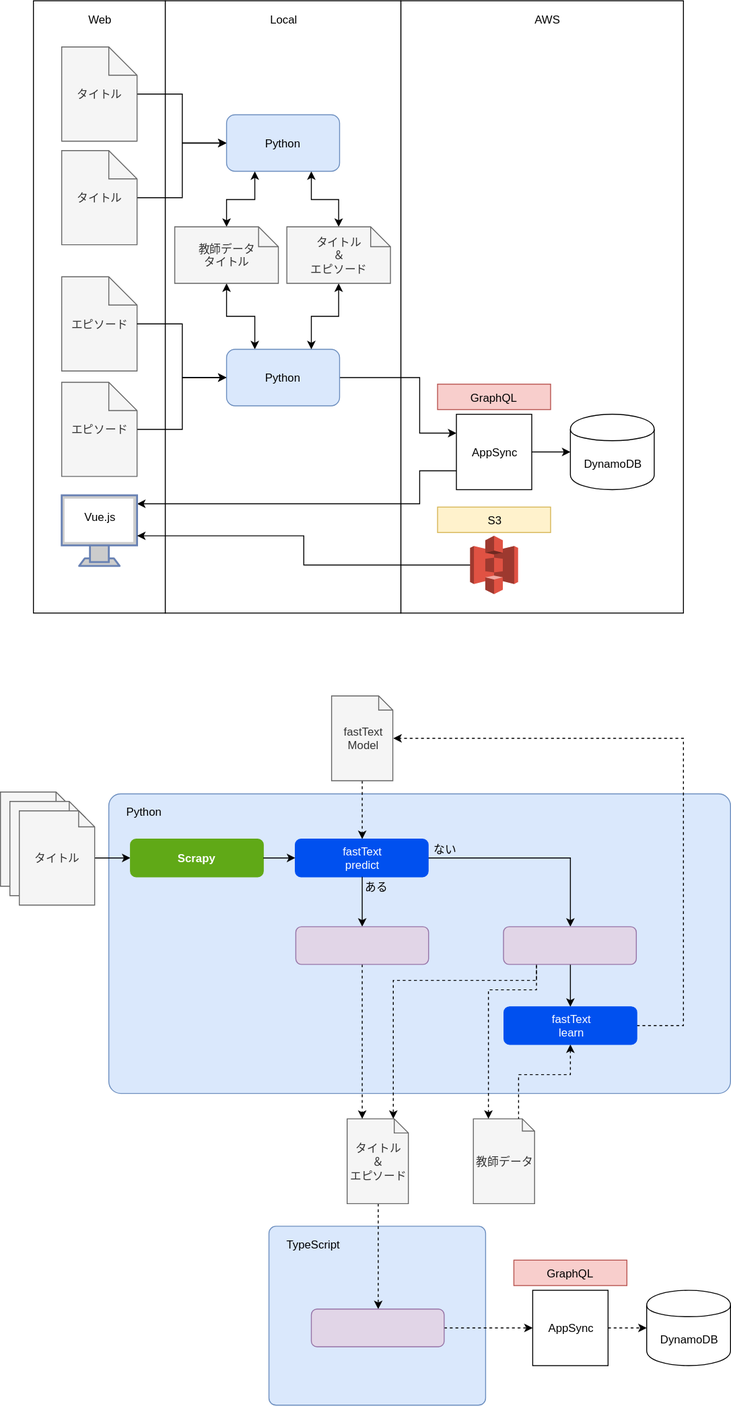
Before: Booklyn.svg, a diagram exported from draw.io (shakamo/booklyn2). Source tidied: cells renumbered, new cells last; positions are measured from the earlier drawing's top-left corner, leaving out a move shared by most shapes.
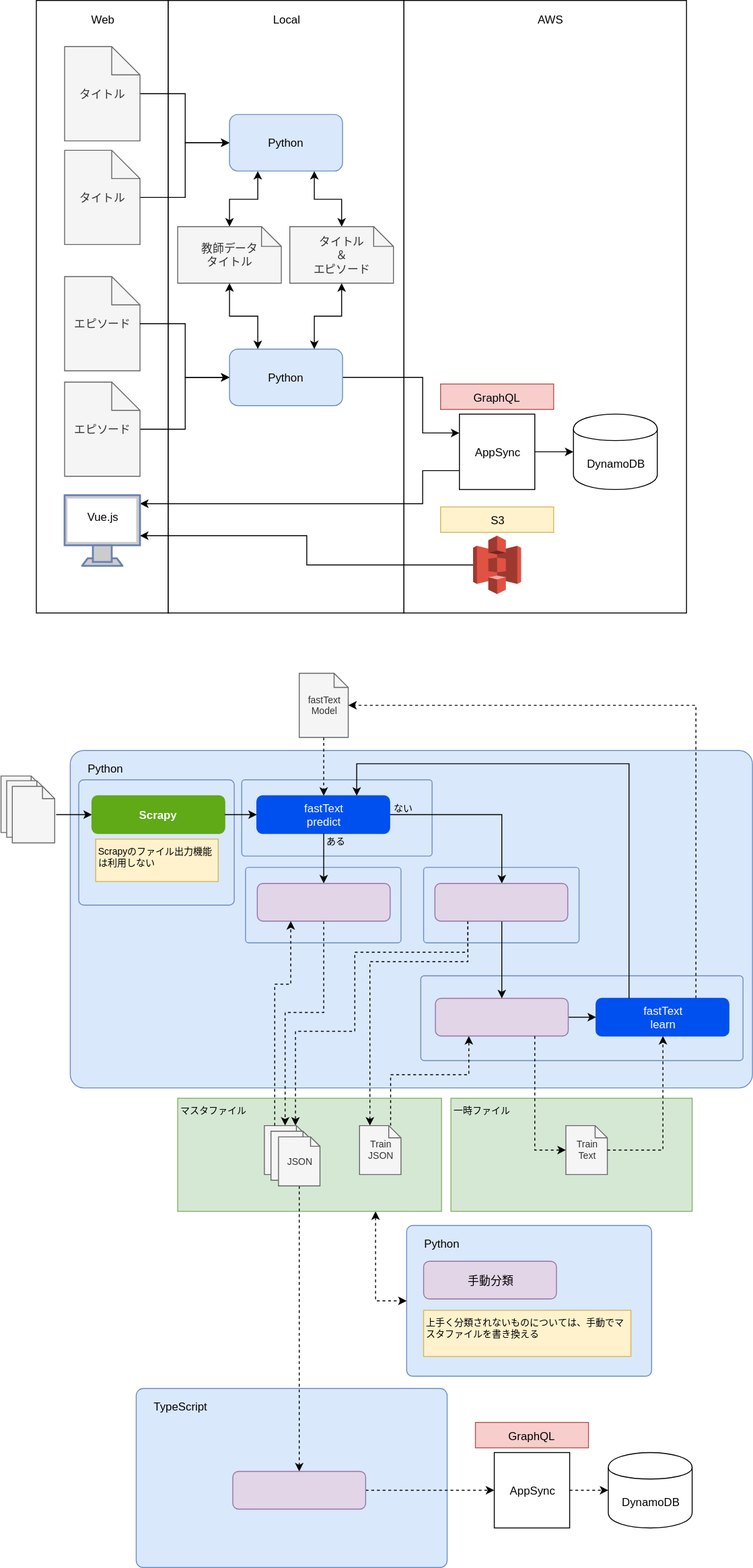
The same diagram one commit later.

What changed in the source:
```diff
@@ -4,4 +4,34 @@
     <mxCell id="1" parent="0" />
+    <mxCell id="68" value="Python" style="rounded=1;whiteSpace=wrap;html=1;fillColor=#dae8fc;strokeColor=#6c8ebf;verticalAlign=top;align=left;spacing=0;spacingTop=7;spacingLeft=18;arcSize=4;" parent="1" vertex="1">
+      <mxGeometry x="428" y="1300" width="260" height="160" as="geometry" />
+    </mxCell>
+    <mxCell id="34" value="Python" style="rounded=1;whiteSpace=wrap;html=1;fillColor=#dae8fc;strokeColor=#6c8ebf;verticalAlign=top;align=left;spacing=0;spacingTop=7;spacingLeft=18;arcSize=4;" parent="1" vertex="1">
+      <mxGeometry x="71" y="796" width="724" height="358" as="geometry" />
+    </mxCell>
+    <mxCell id="69" style="rounded=1;whiteSpace=wrap;html=1;fillColor=#dae8fc;strokeColor=#6c8ebf;verticalAlign=top;align=left;spacing=0;spacingTop=7;spacingLeft=18;arcSize=4;" parent="1" vertex="1">
+      <mxGeometry x="446" y="920" width="165" height="80" as="geometry" />
+    </mxCell>
+    <mxCell id="70" style="rounded=1;whiteSpace=wrap;html=1;fillColor=#dae8fc;strokeColor=#6c8ebf;verticalAlign=top;align=left;spacing=0;spacingTop=7;spacingLeft=18;arcSize=4;" parent="1" vertex="1">
+      <mxGeometry x="257" y="920" width="165" height="80" as="geometry" />
+    </mxCell>
+    <mxCell id="71" style="rounded=1;whiteSpace=wrap;html=1;fillColor=#dae8fc;strokeColor=#6c8ebf;verticalAlign=top;align=left;spacing=0;spacingTop=7;spacingLeft=18;arcSize=4;" parent="1" vertex="1">
+      <mxGeometry x="253" y="827" width="202" height="81" as="geometry" />
+    </mxCell>
+    <mxCell id="72" style="rounded=1;whiteSpace=wrap;html=1;fillColor=#dae8fc;strokeColor=#6c8ebf;verticalAlign=top;align=left;spacing=0;spacingTop=7;spacingLeft=18;arcSize=4;" parent="1" vertex="1">
+      <mxGeometry x="80" y="827" width="165" height="133" as="geometry" />
+    </mxCell>
+    <mxCell id="73" style="rounded=1;whiteSpace=wrap;html=1;fillColor=#dae8fc;strokeColor=#6c8ebf;verticalAlign=top;align=left;spacing=0;spacingTop=7;spacingLeft=18;arcSize=4;" parent="1" vertex="1">
+      <mxGeometry x="443" y="1035" width="342" height="90" as="geometry" />
+    </mxCell>
+    <mxCell id="74" value="一時ファイル" style="text;html=1;strokeColor=#82b366;fillColor=#d5e8d4;align=left;verticalAlign=top;whiteSpace=wrap;rounded=0;fontSize=10;" parent="1" vertex="1">
+      <mxGeometry x="475" y="1165" width="256" height="120" as="geometry" />
+    </mxCell>
+    <mxCell id="75" style="edgeStyle=orthogonalEdgeStyle;rounded=0;html=1;entryX=0;entryY=0.5;jettySize=auto;fontSize=10;startArrow=classic;startFill=1;dashed=1;exitX=0.75;exitY=1;" parent="1" edge="1" source="76" target="68">
+      <mxGeometry relative="1" as="geometry" />
+    </mxCell>
+    <mxCell id="76" value="マスタファイル" style="text;html=1;strokeColor=#82b366;fillColor=#d5e8d4;align=left;verticalAlign=top;whiteSpace=wrap;rounded=0;fontSize=10;" parent="1" vertex="1">
+      <mxGeometry x="185" y="1165" width="280" height="120" as="geometry" />
+    </mxCell>
     <mxCell id="2" value="TypeScript" style="rounded=1;whiteSpace=wrap;html=1;fillColor=#dae8fc;strokeColor=#6c8ebf;verticalAlign=top;align=left;spacing=0;spacingTop=7;spacingLeft=18;arcSize=4;" parent="1" vertex="1">
-      <mxGeometry x="285" y="1301" width="230" height="190" as="geometry" />
+      <mxGeometry x="141" y="1473" width="330" height="190" as="geometry" />
     </mxCell>
@@ -108,8 +138,5 @@
     </mxCell>
-    <mxCell id="33" value="タイトル" style="shape=note;whiteSpace=wrap;html=1;backgroundOutline=1;fillColor=#f5f5f5;strokeColor=#666666;fontColor=#333333;size=21;" parent="1" vertex="1">
-      <mxGeometry y="840" width="80" height="100" as="geometry" />
+    <mxCell id="33" style="shape=note;whiteSpace=wrap;html=1;backgroundOutline=1;fillColor=#f5f5f5;strokeColor=#666666;fontColor=#333333;size=13;" parent="1" vertex="1">
+      <mxGeometry x="-2.5" y="823" width="45" height="60" as="geometry" />
     </mxCell>
-    <mxCell id="34" value="Python" style="rounded=1;whiteSpace=wrap;html=1;fillColor=#dae8fc;strokeColor=#6c8ebf;verticalAlign=top;align=left;spacing=0;spacingTop=7;spacingLeft=18;arcSize=4;" parent="1" vertex="1">
-      <mxGeometry x="115" y="842" width="660" height="318" as="geometry" />
-    </mxCell>
     <mxCell id="35" style="edgeStyle=orthogonalEdgeStyle;rounded=0;html=1;entryX=1;entryY=0.71;entryPerimeter=0;startArrow=none;startFill=0;jettySize=auto;exitX=0;exitY=0.5;exitPerimeter=0;" parent="1" edge="1" source="36">
@@ -122,11 +149,7 @@
     </mxCell>
-    <mxCell id="37" value="タイトル" style="shape=note;whiteSpace=wrap;html=1;backgroundOutline=1;fillColor=#f5f5f5;strokeColor=#666666;fontColor=#333333;size=17;" parent="1" vertex="1">
-      <mxGeometry x="10" y="850" width="80" height="100" as="geometry" />
-    </mxCell>
-    <mxCell id="38" style="edgeStyle=orthogonalEdgeStyle;rounded=0;html=1;entryX=0;entryY=0.5;startArrow=none;startFill=0;jettySize=auto;" parent="1" edge="1" source="39" target="51">
-      <mxGeometry relative="1" as="geometry" />
+    <mxCell id="38" style="edgeStyle=orthogonalEdgeStyle;rounded=0;html=1;entryX=0;entryY=0.5;startArrow=none;startFill=0;jettySize=auto;" parent="1" edge="1" target="51">
+      <mxGeometry relative="1" as="geometry">
+        <mxPoint x="56" y="864" as="sourcePoint" />
+      </mxGeometry>
     </mxCell>
-    <mxCell id="39" value="タイトル" style="shape=note;whiteSpace=wrap;html=1;backgroundOutline=1;fillColor=#f5f5f5;strokeColor=#666666;fontColor=#333333;size=17;" parent="1" vertex="1">
-      <mxGeometry x="20" y="860" width="80" height="100" as="geometry" />
-    </mxCell>
     <mxCell id="40" style="edgeStyle=orthogonalEdgeStyle;rounded=0;html=1;entryX=0.25;entryY=1;startArrow=classic;startFill=1;jettySize=auto;endArrow=none;endFill=0;exitX=0.25;exitY=0;dashed=1;" parent="1" edge="1" source="42" target="59">
@@ -134,4 +157,4 @@
         <Array as="points">
-          <mxPoint x="518" y="1050" />
-          <mxPoint x="569" y="1050" />
+          <mxPoint x="389" y="1020" />
+          <mxPoint x="493" y="1020" />
         </Array>
@@ -139,7 +162,7 @@
     </mxCell>
-    <mxCell id="41" style="edgeStyle=orthogonalEdgeStyle;rounded=0;html=1;entryX=0.5;entryY=1;startArrow=none;startFill=0;endArrow=classic;endFill=1;jettySize=auto;fontSize=12;exitX=0.75;exitY=0;dashed=1;" parent="1" edge="1" source="42" target="55">
+    <mxCell id="41" style="edgeStyle=orthogonalEdgeStyle;rounded=0;html=1;entryX=0.25;entryY=1;startArrow=none;startFill=0;endArrow=classic;endFill=1;jettySize=auto;fontSize=12;exitX=0.75;exitY=0;dashed=1;" parent="1" edge="1" source="42" target="55">
       <mxGeometry relative="1" as="geometry">
         <Array as="points">
-          <mxPoint x="550" y="1140" />
-          <mxPoint x="605" y="1140" />
+          <mxPoint x="411" y="1140" />
+          <mxPoint x="494" y="1140" />
         </Array>
@@ -147,4 +170,4 @@
     </mxCell>
-    <mxCell id="42" value="教師データ" style="shape=note;whiteSpace=wrap;html=1;backgroundOutline=1;fillColor=#f5f5f5;strokeColor=#666666;fontColor=#333333;size=13;" parent="1" vertex="1">
-      <mxGeometry x="502" y="1187" width="65" height="90" as="geometry" />
+    <mxCell id="42" value="Train&lt;br style=&quot;font-size: 10px;&quot;&gt;JSON&lt;br style=&quot;font-size: 10px;&quot;&gt;" style="shape=note;whiteSpace=wrap;html=1;backgroundOutline=1;fillColor=#f5f5f5;strokeColor=#666666;fontColor=#333333;size=13;fontSize=10;" parent="1" vertex="1">
+      <mxGeometry x="378" y="1194" width="44" height="52" as="geometry" />
     </mxCell>
@@ -157,15 +180,17 @@
     <mxCell id="45" value="fastText&lt;br&gt;predict&lt;br&gt;" style="rounded=1;whiteSpace=wrap;html=1;fillColor=#0050ef;strokeColor=#0050ef;verticalAlign=middle;fontColor=#ffffff;" parent="1" vertex="1">
-      <mxGeometry x="313" y="890" width="141" height="40" as="geometry" />
+      <mxGeometry x="269" y="844" width="141" height="40" as="geometry" />
     </mxCell>
-    <mxCell id="46" value="fastText&lt;br&gt;Model&lt;br&gt;" style="shape=note;whiteSpace=wrap;html=1;backgroundOutline=1;fillColor=#f5f5f5;strokeColor=#666666;fontColor=#333333;size=15;" parent="1" vertex="1">
-      <mxGeometry x="351.5" y="738" width="65" height="90" as="geometry" />
+    <mxCell id="46" value="fastText&lt;br style=&quot;font-size: 10px;&quot;&gt;Model&lt;br style=&quot;font-size: 10px;&quot;&gt;" style="shape=note;whiteSpace=wrap;html=1;backgroundOutline=1;fillColor=#f5f5f5;strokeColor=#666666;fontColor=#333333;size=15;fontSize=10;" parent="1" vertex="1">
+      <mxGeometry x="314" y="714" width="52" height="68" as="geometry" />
     </mxCell>
-    <mxCell id="47" style="edgeStyle=orthogonalEdgeStyle;rounded=0;html=1;entryX=0.5;entryY=0;dashed=1;startArrow=none;startFill=0;endArrow=classic;endFill=1;jettySize=auto;fontSize=12;" parent="1" edge="1" source="48" target="63">
+    <mxCell id="47" style="edgeStyle=orthogonalEdgeStyle;rounded=0;html=1;entryX=0.5;entryY=0;dashed=1;startArrow=none;startFill=0;endArrow=classic;endFill=1;jettySize=auto;fontSize=12;exitX=0.5;exitY=1;" parent="1" edge="1" source="81" target="63">
       <mxGeometry relative="1" as="geometry" />
     </mxCell>
-    <mxCell id="48" value="タイトル&lt;br&gt;＆&lt;br&gt;エピソード&lt;br&gt;" style="shape=note;whiteSpace=wrap;html=1;backgroundOutline=1;fillColor=#f5f5f5;strokeColor=#666666;fontColor=#333333;size=15;" parent="1" vertex="1">
-      <mxGeometry x="368" y="1187" width="65" height="90" as="geometry" />
-    </mxCell>
-    <mxCell id="49" style="edgeStyle=orthogonalEdgeStyle;rounded=0;html=1;entryX=0.25;entryY=0;startArrow=none;startFill=0;jettySize=auto;exitX=0.5;exitY=1;dashed=1;" parent="1" edge="1" source="56" target="48">
-      <mxGeometry relative="1" as="geometry" />
+    <mxCell id="49" style="edgeStyle=orthogonalEdgeStyle;rounded=0;html=1;entryX=0.5;entryY=0;startArrow=none;startFill=0;jettySize=auto;exitX=0.5;exitY=1;dashed=1;" parent="1" edge="1" source="56" target="78">
+      <mxGeometry relative="1" as="geometry">
+        <Array as="points">
+          <mxPoint x="340" y="1074" />
+          <mxPoint x="299" y="1074" />
+        </Array>
+      </mxGeometry>
     </mxCell>
@@ -175,3 +200,3 @@
     <mxCell id="51" value="&lt;h1 style=&quot;font-size: 12px;&quot;&gt;Scrapy&lt;/h1&gt;" style="rounded=1;whiteSpace=wrap;html=1;fillColor=#60a917;strokeColor=#60a917;verticalAlign=middle;fontColor=#ffffff;fontSize=12;" parent="1" vertex="1">
-      <mxGeometry x="138" y="890" width="141" height="40" as="geometry" />
+      <mxGeometry x="94" y="844" width="141" height="40" as="geometry" />
     </mxCell>
@@ -183,7 +208,6 @@
     </mxCell>
-    <mxCell id="54" style="edgeStyle=orthogonalEdgeStyle;rounded=0;html=1;entryX=1;entryY=0.5;startArrow=none;startFill=0;endArrow=classic;endFill=1;jettySize=auto;fontSize=12;dashed=1;" parent="1" edge="1" source="55" target="46">
+    <mxCell id="54" style="edgeStyle=orthogonalEdgeStyle;rounded=0;html=1;entryX=1;entryY=0.5;startArrow=none;startFill=0;endArrow=classic;endFill=1;jettySize=auto;fontSize=12;dashed=1;exitX=0.75;exitY=0;" parent="1" edge="1" source="86" target="46">
       <mxGeometry relative="1" as="geometry">
         <Array as="points">
-          <mxPoint x="725" y="1088" />
-          <mxPoint x="725" y="783" />
+          <mxPoint x="735" y="748" />
         </Array>
@@ -191,13 +215,15 @@
     </mxCell>
-    <mxCell id="55" value="fastText&lt;br&gt;learn&lt;br&gt;" style="rounded=1;whiteSpace=wrap;html=1;fillColor=#0050ef;strokeColor=#0050ef;verticalAlign=middle;fontColor=#ffffff;" parent="1" vertex="1">
-      <mxGeometry x="534.5" y="1068" width="141" height="40" as="geometry" />
+    <mxCell id="55" style="rounded=1;whiteSpace=wrap;html=1;fillColor=#e1d5e7;strokeColor=#9673a6;verticalAlign=middle;" parent="1" vertex="1">
+      <mxGeometry x="458.5" y="1059" width="141" height="40" as="geometry" />
     </mxCell>
     <mxCell id="56" value="&lt;h1 style=&quot;font-size: 12px&quot;&gt;&lt;br&gt;&lt;/h1&gt;" style="rounded=1;whiteSpace=wrap;html=1;fillColor=#e1d5e7;strokeColor=#9673a6;verticalAlign=middle;fontSize=12;" parent="1" vertex="1">
-      <mxGeometry x="313.5" y="983" width="141" height="40" as="geometry" />
+      <mxGeometry x="269.5" y="937" width="141" height="40" as="geometry" />
     </mxCell>
-    <mxCell id="57" style="edgeStyle=orthogonalEdgeStyle;rounded=0;html=1;entryX=0.75;entryY=0;startArrow=none;startFill=0;endArrow=classic;endFill=1;jettySize=auto;fontSize=12;exitX=0.25;exitY=1;dashed=1;" parent="1" edge="1" source="59" target="48">
+    <mxCell id="57" style="edgeStyle=orthogonalEdgeStyle;rounded=0;html=1;entryX=0.75;entryY=0;startArrow=none;startFill=0;endArrow=classic;endFill=1;jettySize=auto;fontSize=12;exitX=0.25;exitY=1;dashed=1;" parent="1" edge="1" source="59" target="78">
       <mxGeometry relative="1" as="geometry">
         <Array as="points">
-          <mxPoint x="569" y="1040" />
-          <mxPoint x="417" y="1040" />
+          <mxPoint x="493" y="1010" />
+          <mxPoint x="373" y="1010" />
+          <mxPoint x="373" y="1094" />
+          <mxPoint x="310" y="1094" />
         </Array>
@@ -209,9 +235,9 @@
     <mxCell id="59" value="&lt;h1 style=&quot;font-size: 12px&quot;&gt;&lt;br&gt;&lt;/h1&gt;" style="rounded=1;whiteSpace=wrap;html=1;fillColor=#e1d5e7;strokeColor=#9673a6;verticalAlign=middle;fontSize=12;" parent="1" vertex="1">
-      <mxGeometry x="534" y="983" width="141" height="40" as="geometry" />
+      <mxGeometry x="458" y="937" width="141" height="40" as="geometry" />
     </mxCell>
-    <mxCell id="60" value="ある" style="text;html=1;strokeColor=none;fillColor=none;align=center;verticalAlign=middle;whiteSpace=wrap;rounded=0;fontSize=12;" parent="1" vertex="1">
-      <mxGeometry x="378.5" y="931" width="40" height="20" as="geometry" />
+    <mxCell id="60" value="ある" style="text;html=1;strokeColor=none;fillColor=none;align=center;verticalAlign=middle;whiteSpace=wrap;rounded=0;fontSize=10;" parent="1" vertex="1">
+      <mxGeometry x="332.5" y="882" width="40" height="20" as="geometry" />
     </mxCell>
-    <mxCell id="61" value="ない" style="text;html=1;strokeColor=none;fillColor=none;align=center;verticalAlign=middle;whiteSpace=wrap;rounded=0;fontSize=12;" parent="1" vertex="1">
-      <mxGeometry x="452" y="891" width="40" height="20" as="geometry" />
+    <mxCell id="61" value="ない" style="text;html=1;strokeColor=none;fillColor=none;align=center;verticalAlign=middle;whiteSpace=wrap;rounded=0;fontSize=10;" parent="1" vertex="1">
+      <mxGeometry x="404" y="847" width="40" height="20" as="geometry" />
     </mxCell>
@@ -221,3 +247,3 @@
     <mxCell id="63" value="&lt;h1 style=&quot;font-size: 12px&quot;&gt;&lt;br&gt;&lt;/h1&gt;" style="rounded=1;whiteSpace=wrap;html=1;fillColor=#e1d5e7;strokeColor=#9673a6;verticalAlign=middle;fontSize=12;" parent="1" vertex="1">
-      <mxGeometry x="330" y="1389" width="141" height="40" as="geometry" />
+      <mxGeometry x="243.5" y="1561" width="141" height="40" as="geometry" />
     </mxCell>
@@ -227,10 +253,73 @@
     <mxCell id="65" value="AppSync" style="whiteSpace=wrap;html=1;" parent="1" vertex="1">
-      <mxGeometry x="565" y="1369" width="80" height="80" as="geometry" />
+      <mxGeometry x="521" y="1541" width="80" height="80" as="geometry" />
     </mxCell>
     <mxCell id="66" value="DynamoDB" style="shape=cylinder;whiteSpace=wrap;html=1;boundedLbl=1;backgroundOutline=1;" parent="1" vertex="1">
-      <mxGeometry x="686" y="1369" width="89" height="80" as="geometry" />
+      <mxGeometry x="642" y="1541" width="89" height="80" as="geometry" />
     </mxCell>
     <mxCell id="67" value="GraphQL" style="rounded=0;whiteSpace=wrap;html=1;fillColor=#f8cecc;strokeColor=#b85450;" parent="1" vertex="1">
-      <mxGeometry x="545" y="1337" width="120" height="27" as="geometry" />
+      <mxGeometry x="501" y="1509" width="120" height="27" as="geometry" />
     </mxCell>
+    <mxCell id="77" value="Scrapyのファイル出力機能は利用しない" style="text;html=1;strokeColor=#d6b656;fillColor=#fff2cc;align=left;verticalAlign=top;whiteSpace=wrap;rounded=0;fontSize=10;" parent="1" vertex="1">
+      <mxGeometry x="98" y="890" width="130" height="45" as="geometry" />
+    </mxCell>
+    <mxCell id="78" style="shape=note;whiteSpace=wrap;html=1;backgroundOutline=1;fillColor=#f5f5f5;strokeColor=#666666;fontColor=#333333;size=10;" parent="1" vertex="1">
+      <mxGeometry x="277" y="1194" width="44" height="52" as="geometry" />
+    </mxCell>
+    <mxCell id="79" style="edgeStyle=orthogonalEdgeStyle;rounded=0;html=1;entryX=0.25;entryY=1;startArrow=none;startFill=0;jettySize=auto;exitX=0.25;exitY=0;dashed=1;" parent="1" edge="1" source="78" target="56">
+      <mxGeometry relative="1" as="geometry">
+        <Array as="points">
+          <mxPoint x="288" y="1044" />
+          <mxPoint x="305" y="1044" />
+        </Array>
+      </mxGeometry>
+    </mxCell>
+    <mxCell id="80" style="shape=note;whiteSpace=wrap;html=1;backgroundOutline=1;fillColor=#f5f5f5;strokeColor=#666666;fontColor=#333333;size=10;" parent="1" vertex="1">
+      <mxGeometry x="284" y="1200" width="44" height="52" as="geometry" />
+    </mxCell>
+    <mxCell id="81" value="JSON" style="shape=note;whiteSpace=wrap;html=1;backgroundOutline=1;fillColor=#f5f5f5;strokeColor=#666666;fontColor=#333333;size=10;fontSize=10;" parent="1" vertex="1">
+      <mxGeometry x="292" y="1206" width="44" height="52" as="geometry" />
+    </mxCell>
+    <mxCell id="82" value="Train&lt;br style=&quot;font-size: 10px&quot;&gt;Text&lt;br style=&quot;font-size: 10px&quot;&gt;" style="shape=note;whiteSpace=wrap;html=1;backgroundOutline=1;fillColor=#f5f5f5;strokeColor=#666666;fontColor=#333333;size=13;fontSize=10;" parent="1" vertex="1">
+      <mxGeometry x="597" y="1194" width="44" height="52" as="geometry" />
+    </mxCell>
+    <mxCell id="83" style="edgeStyle=orthogonalEdgeStyle;rounded=0;html=1;entryX=0;entryY=0.5;startArrow=none;startFill=0;endArrow=classic;endFill=1;jettySize=auto;fontSize=12;exitX=1;exitY=0.5;" parent="1" edge="1" source="55" target="86">
+      <mxGeometry relative="1" as="geometry" />
+    </mxCell>
+    <mxCell id="84" value="上手く分類されないものについては、手動でマスタファイルを書き換える&lt;br&gt;" style="text;html=1;strokeColor=#d6b656;fillColor=#fff2cc;align=left;verticalAlign=top;whiteSpace=wrap;rounded=0;fontSize=10;" parent="1" vertex="1">
+      <mxGeometry x="446" y="1390" width="220" height="49" as="geometry" />
+    </mxCell>
+    <mxCell id="85" style="edgeStyle=orthogonalEdgeStyle;rounded=0;html=1;entryX=0;entryY=0.5;startArrow=none;startFill=0;endArrow=classic;endFill=1;jettySize=auto;fontSize=12;dashed=1;exitX=0.75;exitY=1;" parent="1" edge="1" source="55" target="82">
+      <mxGeometry relative="1" as="geometry">
+        <Array as="points">
+          <mxPoint x="564" y="1220" />
+        </Array>
+      </mxGeometry>
+    </mxCell>
+    <mxCell id="86" value="fastText&lt;br&gt;learn&lt;br&gt;" style="rounded=1;whiteSpace=wrap;html=1;fillColor=#0050ef;strokeColor=#0050ef;verticalAlign=middle;fontColor=#ffffff;" parent="1" vertex="1">
+      <mxGeometry x="629" y="1059" width="141" height="40" as="geometry" />
+    </mxCell>
+    <mxCell id="87" style="edgeStyle=orthogonalEdgeStyle;rounded=0;html=1;entryX=0.5;entryY=1;startArrow=none;startFill=0;endArrow=classic;endFill=1;jettySize=auto;fontSize=12;dashed=1;exitX=1;exitY=0.5;" parent="1" edge="1" source="82" target="86">
+      <mxGeometry relative="1" as="geometry">
+        <Array as="points">
+          <mxPoint x="700" y="1220" />
+        </Array>
+      </mxGeometry>
+    </mxCell>
+    <mxCell id="88" style="shape=note;whiteSpace=wrap;html=1;backgroundOutline=1;fillColor=#f5f5f5;strokeColor=#666666;fontColor=#333333;size=13;" parent="1" vertex="1">
+      <mxGeometry x="3.5" y="828" width="45" height="60" as="geometry" />
+    </mxCell>
+    <mxCell id="89" style="shape=note;whiteSpace=wrap;html=1;backgroundOutline=1;fillColor=#f5f5f5;strokeColor=#666666;fontColor=#333333;size=13;" parent="1" vertex="1">
+      <mxGeometry x="9.5" y="834" width="45" height="60" as="geometry" />
+    </mxCell>
+    <mxCell id="90" style="edgeStyle=orthogonalEdgeStyle;rounded=0;html=1;entryX=0.75;entryY=0;startArrow=none;startFill=0;endArrow=classic;endFill=1;jettySize=auto;fontSize=12;exitX=0.25;exitY=0;" parent="1" edge="1" source="86" target="45">
+      <mxGeometry relative="1" as="geometry">
+        <Array as="points">
+          <mxPoint x="664" y="810" />
+          <mxPoint x="375" y="810" />
+        </Array>
+      </mxGeometry>
+    </mxCell>
+    <mxCell id="91" value="手動分類" style="rounded=1;whiteSpace=wrap;html=1;fillColor=#e1d5e7;strokeColor=#9673a6;verticalAlign=middle;fontSize=12;" parent="1" vertex="1">
+      <mxGeometry x="446" y="1338" width="141" height="40" as="geometry" />
+    </mxCell>
   </root>
```
